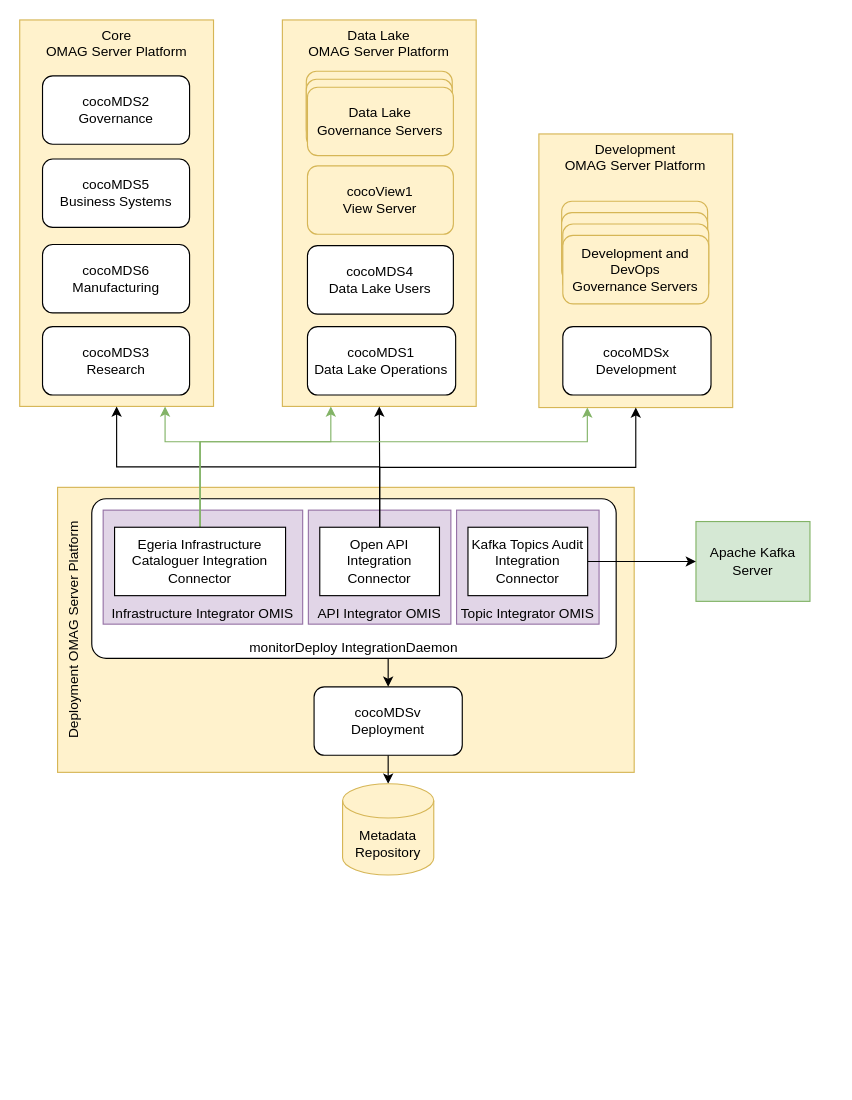
Before: page "demo-overview" (1 of 2) of site/docs/demos/egeria-catalog-thyself/egeria-catalog-thyself.drawio in odpi/egeria-docs, a draw.io diagram. Source tidied: cells renumbered, new cells numbered last; positions are measured from the earlier drawing's top-left corner, leaving out a move shared by most shapes. Both pictures are drawn from the tidied source at 114%, with x=0, y=0 at pixel (19, 19).
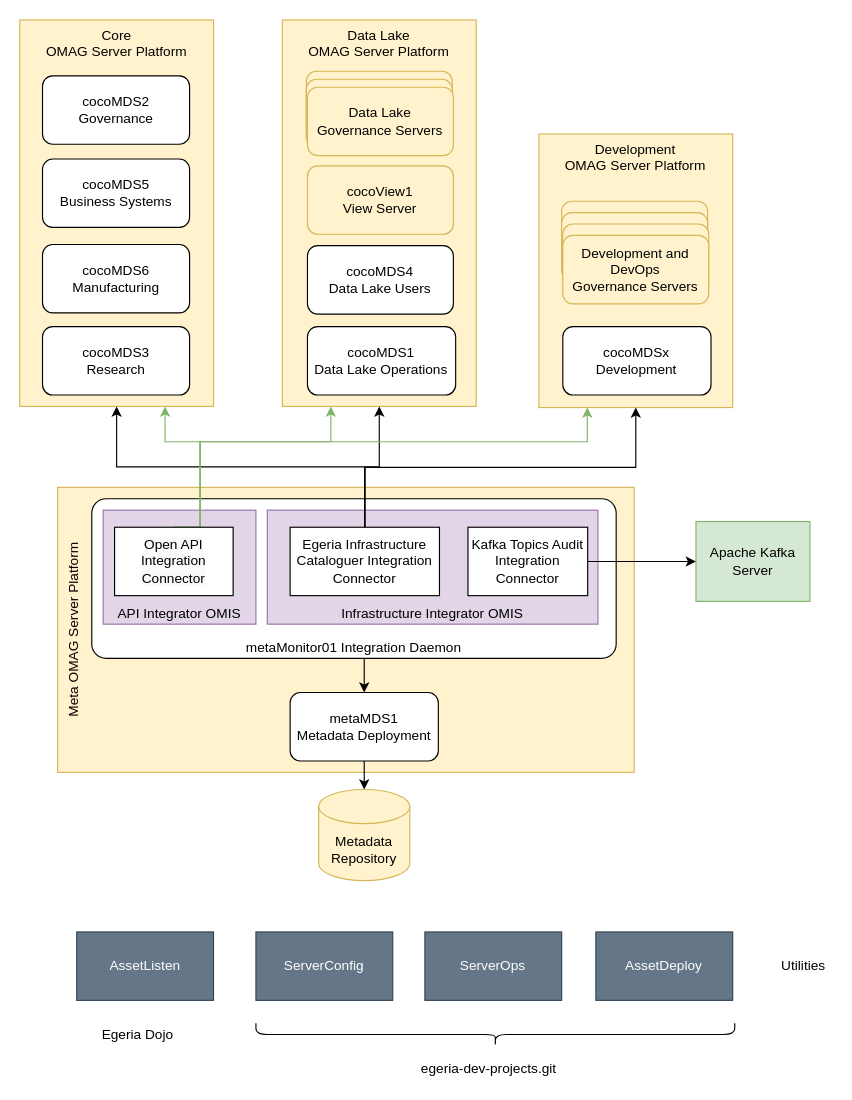
The same diagram, later.

Change to the diagram source:
```diff
@@
-    <mxCell id="20" value="Deployment OMAG Server Platform" style="rounded=0;whiteSpace=wrap;html=1;fillColor=#fff2cc;verticalAlign=top;strokeColor=#d6b656;horizontal=0;" parent="1" vertex="1">
+    <mxCell id="20" value="Meta OMAG Server Platform" style="rounded=0;whiteSpace=wrap;html=1;fillColor=#fff2cc;verticalAlign=top;strokeColor=#d6b656;horizontal=0;" parent="1" vertex="1">
       <mxGeometry x="33" y="410" width="505.8" height="250" as="geometry" />
     </mxCell>
@@
-    <mxCell id="22" value="cocoMDSv&lt;br&gt;Deployment" style="rounded=1;whiteSpace=wrap;html=1;" parent="1" vertex="1">
-      <mxGeometry x="258" y="585" width="130" height="60" as="geometry" />
+    <mxCell id="22" value="metaMDS1&lt;br&gt;Metadata Deployment" style="rounded=1;whiteSpace=wrap;html=1;" parent="1" vertex="1">
+      <mxGeometry x="237" y="590" width="130" height="60" as="geometry" />
     </mxCell>
@@
-    <mxCell id="24" value="monitorDeploy IntegrationDaemon" style="rounded=1;whiteSpace=wrap;html=1;verticalAlign=bottom;arcSize=9;" parent="1" vertex="1">
+    <mxCell id="24" value="metaMonitor01 Integration Daemon" style="rounded=1;whiteSpace=wrap;html=1;verticalAlign=bottom;arcSize=9;" parent="1" vertex="1">
       <mxGeometry x="63" y="420" width="460" height="140" as="geometry" />
     </mxCell>
     <mxCell id="25" value="Metadata&lt;br&gt;Repository" style="shape=cylinder3;whiteSpace=wrap;html=1;boundedLbl=1;backgroundOutline=1;size=15;fillColor=#fff2cc;strokeColor=#d6b656;" parent="1" vertex="1">
-      <mxGeometry x="283" y="670" width="80" height="80" as="geometry" />
+      <mxGeometry x="262" y="675" width="80" height="80" as="geometry" />
     </mxCell>
@@
-    <mxCell id="27" value="Topic Integrator OMIS" style="rounded=0;whiteSpace=wrap;html=1;verticalAlign=bottom;fillColor=#e1d5e7;strokeColor=#9673a6;" parent="1" vertex="1">
-      <mxGeometry x="383" y="430" width="125" height="100" as="geometry" />
-    </mxCell>
-    <mxCell id="28" value="API Integrator OMIS" style="rounded=0;whiteSpace=wrap;html=1;verticalAlign=bottom;fillColor=#e1d5e7;strokeColor=#9673a6;" parent="1" vertex="1">
-      <mxGeometry x="253" y="430" width="125" height="100" as="geometry" />
+    <mxCell id="28" value="Infrastructure Integrator OMIS" style="rounded=0;whiteSpace=wrap;html=1;verticalAlign=bottom;fillColor=#e1d5e7;strokeColor=#9673a6;" parent="1" vertex="1">
+      <mxGeometry x="217" y="430" width="290" height="100" as="geometry" />
     </mxCell>
-    <mxCell id="29" value="Infrastructure Integrator OMIS" style="rounded=0;whiteSpace=wrap;html=1;verticalAlign=bottom;fillColor=#e1d5e7;strokeColor=#9673a6;" parent="1" vertex="1">
-      <mxGeometry x="73" y="430" width="175" height="100" as="geometry" />
+    <mxCell id="29" value="API Integrator OMIS" style="rounded=0;whiteSpace=wrap;html=1;verticalAlign=bottom;fillColor=#e1d5e7;strokeColor=#9673a6;" parent="1" vertex="1">
+      <mxGeometry x="73" y="430" width="134" height="100" as="geometry" />
     </mxCell>
@@
-    <mxCell id="35" value="Open API&lt;br&gt;Integration Connector" style="rounded=0;whiteSpace=wrap;html=1;" parent="1" vertex="1">
-      <mxGeometry x="263" y="445" width="105" height="60" as="geometry" />
+    <mxCell id="35" value="Egeria Infrastructure Cataloguer Integration Connector&lt;br&gt;" style="rounded=0;whiteSpace=wrap;html=1;" parent="1" vertex="1">
+      <mxGeometry x="237" y="445" width="131" height="60" as="geometry" />
     </mxCell>
@@
-    <mxCell id="39" value="Egeria Infrastructure Cataloguer Integration Connector" style="rounded=0;whiteSpace=wrap;html=1;" parent="1" vertex="1">
-      <mxGeometry x="83" y="445" width="150" height="60" as="geometry" />
+    <mxCell id="39" value="&lt;span style=&quot;color: rgb(0, 0, 0); font-family: helvetica; font-size: 12px; font-style: normal; font-weight: 400; letter-spacing: normal; text-align: center; text-indent: 0px; text-transform: none; word-spacing: 0px; background-color: rgb(248, 249, 250); display: inline; float: none;&quot;&gt;Open API&lt;/span&gt;&lt;br style=&quot;color: rgb(0, 0, 0); font-family: helvetica; font-size: 12px; font-style: normal; font-weight: 400; letter-spacing: normal; text-align: center; text-indent: 0px; text-transform: none; word-spacing: 0px; background-color: rgb(248, 249, 250);&quot;&gt;&lt;span style=&quot;color: rgb(0, 0, 0); font-family: helvetica; font-size: 12px; font-style: normal; font-weight: 400; letter-spacing: normal; text-align: center; text-indent: 0px; text-transform: none; word-spacing: 0px; background-color: rgb(248, 249, 250); display: inline; float: none;&quot;&gt;Integration Connector&lt;/span&gt;" style="rounded=0;whiteSpace=wrap;html=1;" parent="1" vertex="1">
+      <mxGeometry x="83" y="445" width="104" height="60" as="geometry" />
     </mxCell>
+    <mxCell id="40" value="AssetListen" style="rounded=0;whiteSpace=wrap;html=1;fillColor=#647687;strokeColor=#314354;fontColor=#ffffff;" parent="1" vertex="1">
+      <mxGeometry x="49.8" y="800" width="120" height="60" as="geometry" />
+    </mxCell>
+    <mxCell id="41" value="ServerConfig" style="rounded=0;whiteSpace=wrap;html=1;fillColor=#647687;strokeColor=#314354;fontColor=#ffffff;" parent="1" vertex="1">
+      <mxGeometry x="207" y="800" width="120" height="60" as="geometry" />
+    </mxCell>
+    <mxCell id="42" value="ServerOps" style="rounded=0;whiteSpace=wrap;html=1;fillColor=#647687;strokeColor=#314354;fontColor=#ffffff;" parent="1" vertex="1">
+      <mxGeometry x="355.2" y="800" width="120" height="60" as="geometry" />
+    </mxCell>
+    <mxCell id="43" value="AssetDeploy" style="rounded=0;whiteSpace=wrap;html=1;fillColor=#647687;strokeColor=#314354;fontColor=#ffffff;" parent="1" vertex="1">
+      <mxGeometry x="505.2" y="800" width="120" height="60" as="geometry" />
+    </mxCell>
+    <mxCell id="44" value="Utilities" style="text;html=1;align=center;verticalAlign=middle;strokeColor=none;fillColor=none;" parent="1" vertex="1">
+      <mxGeometry x="662" y="820" width="50" height="20" as="geometry" />
+    </mxCell>
+    <mxCell id="45" value="Egeria Dojo" style="text;html=1;align=center;verticalAlign=middle;strokeColor=none;fillColor=none;" parent="1" vertex="1">
+      <mxGeometry x="63" y="880" width="80" height="20" as="geometry" />
+    </mxCell>
+    <mxCell id="46" style="shape=curlyBracket;whiteSpace=wrap;html=1;rounded=1;flipH=1;rotation=90;" parent="1" vertex="1">
+      <mxGeometry x="407" y="680" width="20" height="420" as="geometry" />
+    </mxCell>
+    <mxCell id="47" value="egeria-dev-projects.git" style="text;html=1;align=center;verticalAlign=middle;strokeColor=none;fillColor=none;" parent="1" vertex="1">
+      <mxGeometry x="346.2" y="910" width="130" height="20" as="geometry" />
+    </mxCell>
```
